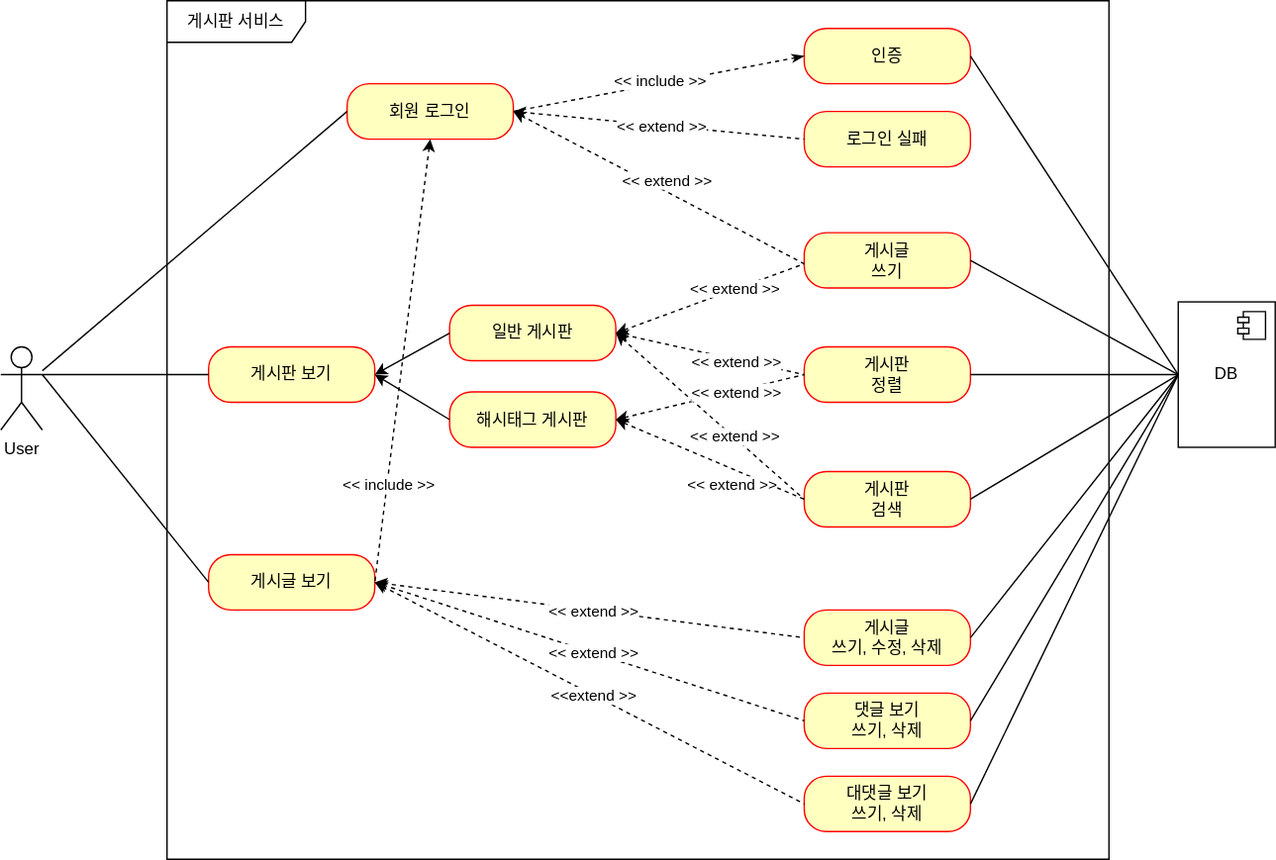
This is document/usecase.svg from y2gon2/fastcampus-project-board, a draw.io export, as it was before one commit. Source tidied: cells renumbered, new cells last; positions are measured from the earlier drawing's top-left corner, leaving out a move shared by most shapes.
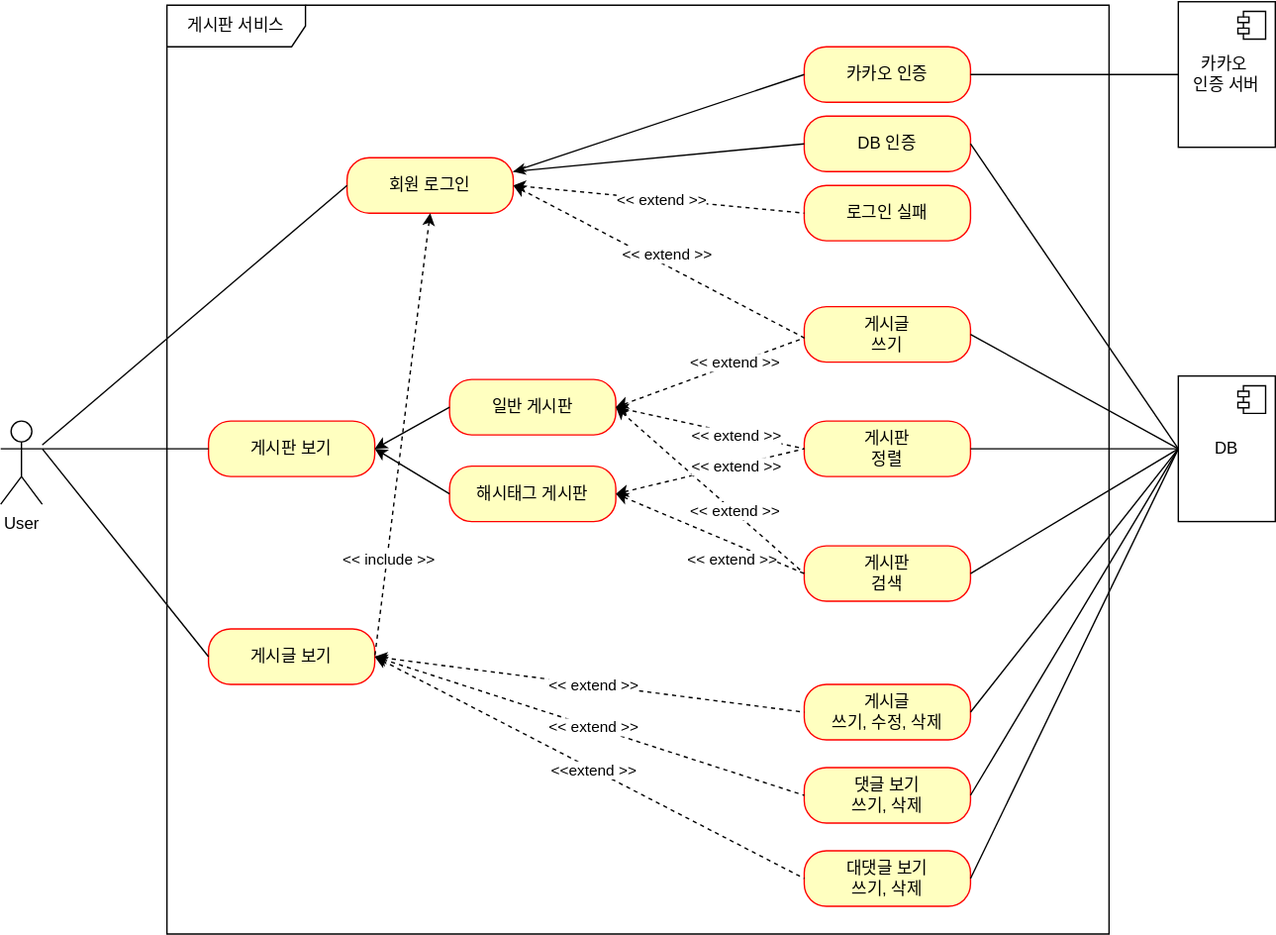
After the commit.

Commit message:
#67 - use-case 카카오 인증 / 대댓글 반영

The edit, as a diff of the source:
```diff
@@ -6,7 +6,7 @@
       <mxGeometry y="250" width="30" height="60" as="geometry" />
     </mxCell>
     <mxCell id="3" value="게시판 서비스" style="shape=umlFrame;whiteSpace=wrap;html=1;width=100;height=30;" parent="1" vertex="1">
-      <mxGeometry x="120" width="680" height="620" as="geometry" />
+      <mxGeometry x="120" y="-50" width="680" height="670" as="geometry" />
     </mxCell>
     <mxCell id="4" value="게시글 보기" style="rounded=1;whiteSpace=wrap;html=1;arcSize=40;fontColor=#000000;fillColor=#ffffc0;strokeColor=#ff0000;" parent="1" vertex="1">
       <mxGeometry x="150" y="400" width="120" height="40" as="geometry" />
@@ -20,8 +20,8 @@
     <mxCell id="7" value="해시태그 게시판" style="rounded=1;whiteSpace=wrap;html=1;arcSize=40;fontColor=#000000;fillColor=#ffffc0;strokeColor=#ff0000;" parent="1" vertex="1">
       <mxGeometry x="324" y="282.5" width="120" height="40" as="geometry" />
     </mxCell>
-    <mxCell id="8" value="인증" style="rounded=1;whiteSpace=wrap;html=1;arcSize=40;fontColor=#000000;fillColor=#ffffc0;strokeColor=#ff0000;" parent="1" vertex="1">
-      <mxGeometry x="580" y="20" width="120" height="40" as="geometry" />
+    <mxCell id="8" value="카카오 인증" style="rounded=1;whiteSpace=wrap;html=1;arcSize=40;fontColor=#000000;fillColor=#ffffc0;strokeColor=#ff0000;" parent="1" vertex="1">
+      <mxGeometry x="580" y="-20" width="120" height="40" as="geometry" />
     </mxCell>
     <mxCell id="9" value="로그인 실패" style="rounded=1;whiteSpace=wrap;html=1;arcSize=40;fontColor=#000000;fillColor=#ffffc0;strokeColor=#ff0000;" parent="1" vertex="1">
       <mxGeometry x="580" y="80" width="120" height="40" as="geometry" />
@@ -50,14 +50,9 @@
     <mxCell id="17" value="&amp;lt;&amp;lt; extend &amp;gt;&amp;gt;" style="edgeLabel;html=1;align=center;verticalAlign=middle;" parent="16" vertex="1">
       <mxGeometry x="0.01" relative="1" as="geometry" />
     </mxCell>
-    <mxCell id="18" style="endArrow=none;html=1;rounded=0;exitX=0;exitY=0.5;exitDx=0;exitDy=0;entryX=1;entryY=0.5;entryDx=0;entryDy=0;dashed=1;endFill=0;startArrow=classicThin;startFill=1;" parent="1" edge="1" source="8" target="6">
+    <mxCell id="18" style="endArrow=none;html=1;rounded=0;endFill=0;startArrow=classicThin;startFill=1;entryX=0;entryY=0.5;entryDx=0;entryDy=0;exitX=1;exitY=0.25;exitDx=0;exitDy=0;" parent="1" edge="1" source="6" target="8">
       <mxGeometry relative="1" as="geometry" />
     </mxCell>
-    <mxCell id="19" value="&amp;lt;&amp;lt; include &amp;gt;&amp;gt;" style="edgeLabel;html=1;align=center;verticalAlign=middle;" parent="18" vertex="1">
-      <mxGeometry x="-0.1" y="2" relative="1" as="geometry">
-        <mxPoint x="-11" y="-2" as="offset" />
-      </mxGeometry>
-    </mxCell>
     <mxCell id="20" style="endArrow=none;html=1;rounded=0;entryX=1;entryY=0.5;entryDx=0;entryDy=0;exitX=0.5;exitY=1;exitDx=0;exitDy=0;dashed=1;startArrow=classic;startFill=1;" parent="1" edge="1" source="6" target="4">
       <mxGeometry relative="1" as="geometry" />
     </mxCell>
@@ -92,7 +87,7 @@
         <mxPoint x="-27" y="7" as="offset" />
       </mxGeometry>
     </mxCell>
-    <mxCell id="30" style="endArrow=none;html=1;rounded=0;entryX=1;entryY=0.5;entryDx=0;entryDy=0;exitX=0;exitY=0.5;exitDx=0;exitDy=0;" parent="1" edge="1" source="28" target="8">
+    <mxCell id="30" style="endArrow=none;html=1;rounded=0;entryX=1;entryY=0.5;entryDx=0;entryDy=0;exitX=0;exitY=0.5;exitDx=0;exitDy=0;" parent="1" edge="1" source="58" target="8">
       <mxGeometry relative="1" as="geometry" />
     </mxCell>
     <mxCell id="31" style="endArrow=none;html=1;rounded=0;exitX=1;exitY=0.5;exitDx=0;exitDy=0;entryX=0;entryY=0.5;entryDx=0;entryDy=0;" parent="1" edge="1" source="11" target="28">
@@ -185,5 +180,26 @@
         <mxPoint x="17" y="-7" as="offset" />
       </mxGeometry>
     </mxCell>
+    <mxCell id="55" value="DB 인증" style="rounded=1;whiteSpace=wrap;html=1;arcSize=40;fontColor=#000000;fillColor=#ffffc0;strokeColor=#ff0000;" parent="1" vertex="1">
+      <mxGeometry x="580" y="30" width="120" height="40" as="geometry" />
+    </mxCell>
+    <mxCell id="56" style="endArrow=none;html=1;rounded=0;entryX=0;entryY=0.5;entryDx=0;entryDy=0;endFill=0;startArrow=classicThin;startFill=1;" parent="1" edge="1" target="55">
+      <mxGeometry relative="1" as="geometry">
+        <mxPoint x="370" y="70" as="sourcePoint" />
+      </mxGeometry>
+    </mxCell>
+    <mxCell id="57" style="endArrow=none;html=1;rounded=0;entryX=1;entryY=0.5;entryDx=0;entryDy=0;" parent="1" edge="1" target="55">
+      <mxGeometry relative="1" as="geometry">
+        <mxPoint x="850" y="270" as="sourcePoint" />
+      </mxGeometry>
+    </mxCell>
+    <mxCell id="58" value="카카오&amp;nbsp;&lt;br&gt;인증 서버" style="html=1;whiteSpace=wrap;" parent="1" vertex="1">
+      <mxGeometry x="850" y="-52.5" width="70" height="105" as="geometry" />
+    </mxCell>
+    <mxCell id="59" style="shape=module;jettyWidth=8;jettyHeight=4;" parent="58" vertex="1">
+      <mxGeometry x="1" width="20" height="20" relative="1" as="geometry">
+        <mxPoint x="-27" y="7" as="offset" />
+      </mxGeometry>
+    </mxCell>
   </root>
 </mxGraphModel>
```
